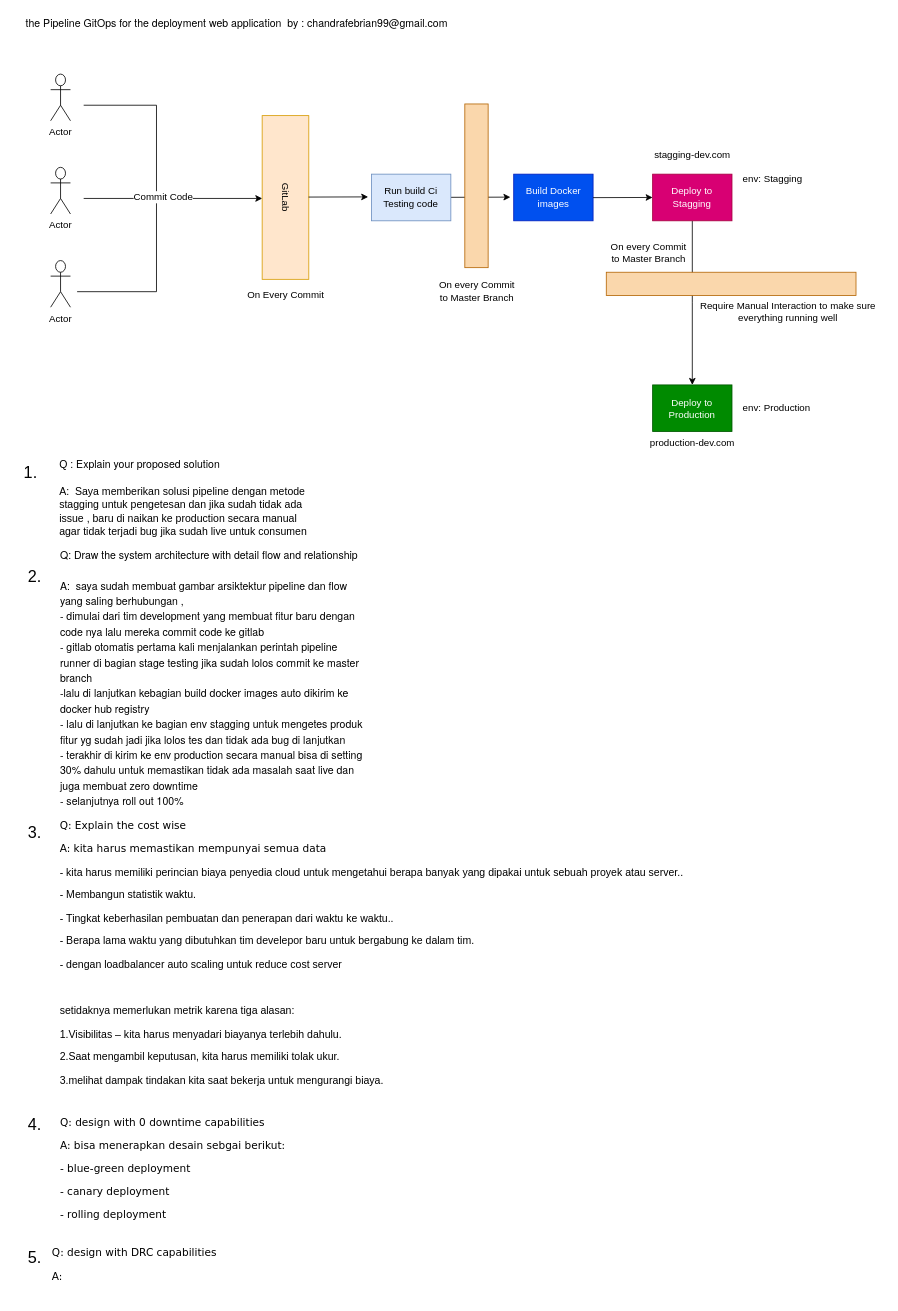
This is pipeline-gitops.drawio from chandrafebrian/Architectural-Design-Test-chandra-febrian-efishery, a draw.io file, before an edit. Source tidied: cells renumbered, new cells numbered last; positions are measured from the earlier drawing's top-left corner, leaving out a move shared by most shapes. Both pictures are drawn from the tidied source at 81%, with x=0, y=0 at pixel (14, 17).
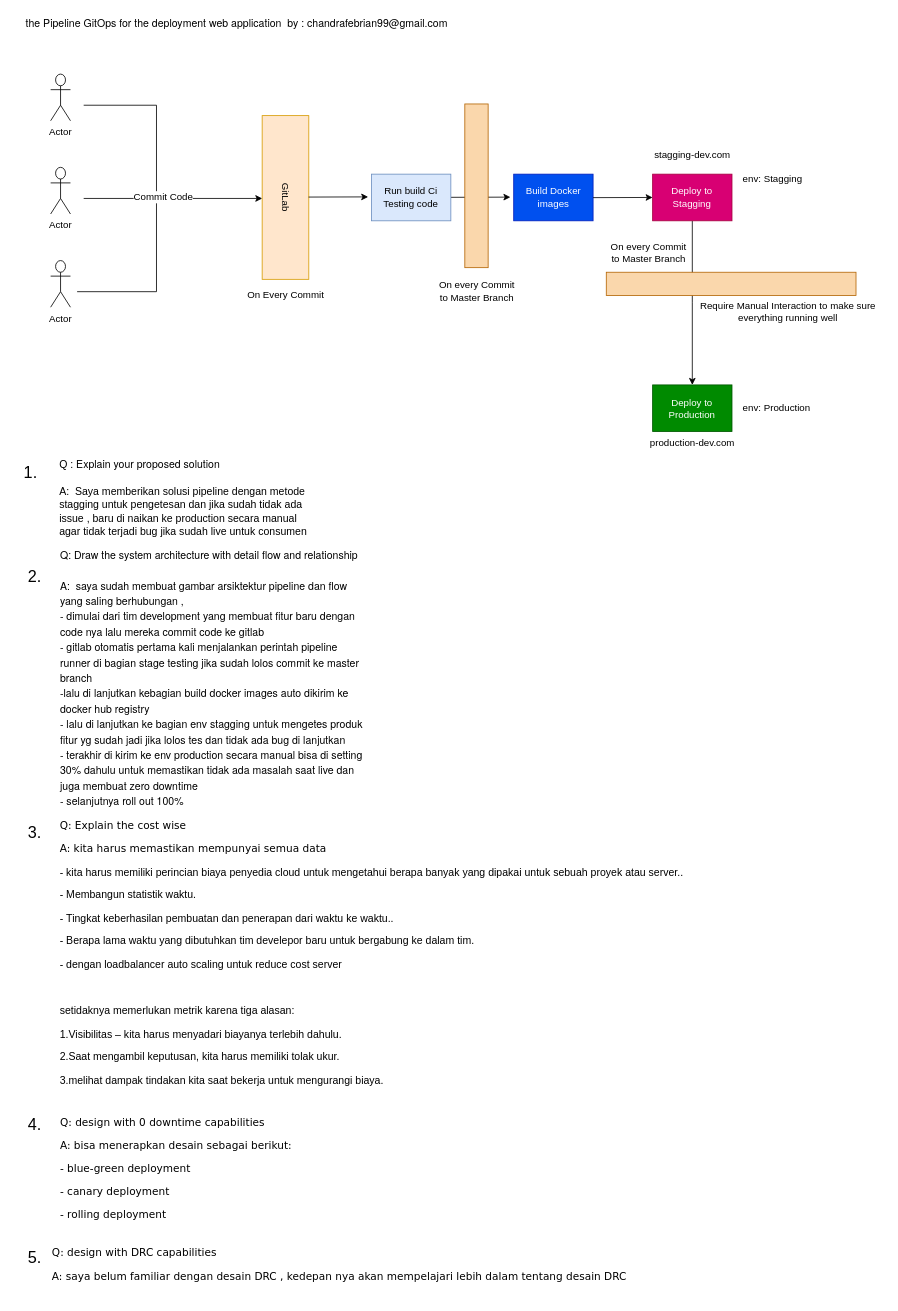
After the change.

Diff of the diagram source:
```diff
@@
-    <mxCell id="2" value="&lt;div style=&quot;font-size: 13px;&quot; title=&quot;Page 2&quot; class=&quot;page&quot;&gt;&lt;div style=&quot;background-color: rgb(255, 255, 255); font-size: 13px;&quot; class=&quot;section&quot;&gt;&lt;div class=&quot;layoutArea&quot; style=&quot;font-size: 13px;&quot;&gt;&lt;div class=&quot;column&quot; style=&quot;font-size: 13px;&quot;&gt;&lt;ol style=&quot;list-style-type: none; font-size: 13px;&quot; start=&quot;0&quot;&gt;&lt;li style=&quot;font-size: 13px;&quot;&gt;&lt;p style=&quot;font-size: 13px;&quot;&gt;&lt;font face=&quot;Verdana&quot; style=&quot;font-size: 13px;&quot;&gt;Q:&amp;nbsp;&lt;/font&gt;&lt;span style=&quot;font-family: Verdana; font-size: 13px;&quot;&gt;design with 0 downtime capabilities&lt;/span&gt;&lt;/p&gt;&lt;p style=&quot;font-size: 13px;&quot;&gt;&lt;span style=&quot;font-family: Verdana; font-size: 13px;&quot;&gt;A: bisa menerapkan desain sebgai berikut:&amp;nbsp;&lt;/span&gt;&lt;/p&gt;&lt;p style=&quot;font-size: 13px;&quot;&gt;&lt;span style=&quot;font-family: Verdana; font-size: 13px;&quot;&gt;- blue-green deployment&lt;/span&gt;&lt;/p&gt;&lt;p style=&quot;font-size: 13px;&quot;&gt;&lt;span style=&quot;font-family: Verdana; font-size: 13px;&quot;&gt;- canary deployment&lt;/span&gt;&lt;/p&gt;&lt;p style=&quot;font-size: 13px;&quot;&gt;&lt;span style=&quot;font-family: Verdana; font-size: 13px;&quot;&gt;- rolling deployment&lt;/span&gt;&lt;/p&gt;&lt;div style=&quot;font-size: 13px;&quot; title=&quot;Page 2&quot; class=&quot;page&quot;&gt;&lt;div class=&quot;section&quot; style=&quot;font-size: 13px;&quot;&gt;&lt;div class=&quot;layoutArea&quot; style=&quot;font-size: 13px;&quot;&gt;&lt;div class=&quot;column&quot; style=&quot;font-size: 13px;&quot;&gt;&lt;ol style=&quot;list-style-type: none; font-size: 13px;&quot; start=&quot;0&quot;&gt;&lt;li style=&quot;font-size: 13px;&quot;&gt;&lt;p style=&quot;font-size: 13px;&quot;&gt;&lt;/p&gt;&lt;/li&gt;&lt;/ol&gt;&lt;/div&gt;&lt;/div&gt;&lt;/div&gt;&lt;/div&gt;&lt;/li&gt;&lt;/ol&gt;&lt;/div&gt;&lt;/div&gt;&lt;/div&gt;&lt;/div&gt;" style="text;html=1;align=left;verticalAlign=middle;strokeColor=none;fillColor=none;fontSize=13;" parent="1" vertex="1">
-      <mxGeometry x="15" y="1336" width="350" height="170" as="geometry" />
+    <mxCell id="2" value="&lt;div style=&quot;font-size: 13px;&quot; title=&quot;Page 2&quot; class=&quot;page&quot;&gt;&lt;div style=&quot;background-color: rgb(255, 255, 255); font-size: 13px;&quot; class=&quot;section&quot;&gt;&lt;div class=&quot;layoutArea&quot; style=&quot;font-size: 13px;&quot;&gt;&lt;div class=&quot;column&quot; style=&quot;font-size: 13px;&quot;&gt;&lt;ol style=&quot;list-style-type: none; font-size: 13px;&quot; start=&quot;0&quot;&gt;&lt;li style=&quot;font-size: 13px;&quot;&gt;&lt;p style=&quot;font-size: 13px;&quot;&gt;&lt;font face=&quot;Verdana&quot; style=&quot;font-size: 13px;&quot;&gt;Q:&amp;nbsp;&lt;/font&gt;&lt;span style=&quot;font-family: Verdana; font-size: 13px;&quot;&gt;design with 0 downtime capabilities&lt;/span&gt;&lt;/p&gt;&lt;p style=&quot;font-size: 13px;&quot;&gt;&lt;span style=&quot;font-family: Verdana; font-size: 13px;&quot;&gt;A: bisa menerapkan desain sebagai berikut:&amp;nbsp;&lt;/span&gt;&lt;/p&gt;&lt;p style=&quot;font-size: 13px;&quot;&gt;&lt;span style=&quot;font-family: Verdana; font-size: 13px;&quot;&gt;- blue-green deployment&lt;/span&gt;&lt;/p&gt;&lt;p style=&quot;font-size: 13px;&quot;&gt;&lt;span style=&quot;font-family: Verdana; font-size: 13px;&quot;&gt;- canary deployment&lt;/span&gt;&lt;/p&gt;&lt;p style=&quot;font-size: 13px;&quot;&gt;&lt;span style=&quot;font-family: Verdana; font-size: 13px;&quot;&gt;- rolling deployment&lt;/span&gt;&lt;/p&gt;&lt;div style=&quot;font-size: 13px;&quot; title=&quot;Page 2&quot; class=&quot;page&quot;&gt;&lt;div class=&quot;section&quot; style=&quot;font-size: 13px;&quot;&gt;&lt;div class=&quot;layoutArea&quot; style=&quot;font-size: 13px;&quot;&gt;&lt;div class=&quot;column&quot; style=&quot;font-size: 13px;&quot;&gt;&lt;ol style=&quot;list-style-type: none; font-size: 13px;&quot; start=&quot;0&quot;&gt;&lt;li style=&quot;font-size: 13px;&quot;&gt;&lt;p style=&quot;font-size: 13px;&quot;&gt;&lt;/p&gt;&lt;/li&gt;&lt;/ol&gt;&lt;/div&gt;&lt;/div&gt;&lt;/div&gt;&lt;/div&gt;&lt;/li&gt;&lt;/ol&gt;&lt;/div&gt;&lt;/div&gt;&lt;/div&gt;&lt;/div&gt;" style="text;html=1;align=left;verticalAlign=middle;strokeColor=none;fillColor=none;fontSize=13;" parent="1" vertex="1">
+      <mxGeometry x="15" y="1336" width="360" height="170" as="geometry" />
     </mxCell>
@@
-    <mxCell id="40" value="&lt;div style=&quot;font-size: 13px;&quot; title=&quot;Page 2&quot; class=&quot;page&quot;&gt;&lt;div style=&quot;background-color: rgb(255, 255, 255); font-size: 13px;&quot; class=&quot;section&quot;&gt;&lt;div class=&quot;layoutArea&quot; style=&quot;font-size: 13px;&quot;&gt;&lt;div class=&quot;column&quot; style=&quot;font-size: 13px;&quot;&gt;&lt;ol style=&quot;list-style-type: none; font-size: 13px;&quot; start=&quot;0&quot;&gt;&lt;li style=&quot;font-size: 13px;&quot;&gt;&lt;p style=&quot;font-size: 13px;&quot;&gt;&lt;font face=&quot;Verdana&quot; style=&quot;font-size: 13px;&quot;&gt;Q:&amp;nbsp;&lt;/font&gt;&lt;span style=&quot;font-family: Verdana; font-size: 13px;&quot;&gt;design with DRC capabilities&lt;/span&gt;&lt;/p&gt;&lt;p style=&quot;font-size: 13px;&quot;&gt;&lt;span style=&quot;font-family: Verdana; font-size: 13px;&quot;&gt;A:&amp;nbsp;&lt;/span&gt;&lt;/p&gt;&lt;div style=&quot;font-size: 13px;&quot; title=&quot;Page 2&quot; class=&quot;page&quot;&gt;&lt;div class=&quot;section&quot; style=&quot;font-size: 13px;&quot;&gt;&lt;div class=&quot;layoutArea&quot; style=&quot;font-size: 13px;&quot;&gt;&lt;div class=&quot;column&quot; style=&quot;font-size: 13px;&quot;&gt;&lt;ol style=&quot;list-style-type: none; font-size: 13px;&quot; start=&quot;0&quot;&gt;&lt;li style=&quot;font-size: 13px;&quot;&gt;&lt;p style=&quot;font-size: 13px;&quot;&gt;&lt;/p&gt;&lt;/li&gt;&lt;/ol&gt;&lt;/div&gt;&lt;/div&gt;&lt;/div&gt;&lt;/div&gt;&lt;/li&gt;&lt;/ol&gt;&lt;/div&gt;&lt;/div&gt;&lt;/div&gt;&lt;/div&gt;" style="text;html=1;align=left;verticalAlign=middle;strokeColor=none;fillColor=none;fontSize=13;" parent="1" vertex="1">
-      <mxGeometry x="5" y="1500" width="270" height="80" as="geometry" />
+    <mxCell id="40" value="&lt;div style=&quot;font-size: 13px;&quot; title=&quot;Page 2&quot; class=&quot;page&quot;&gt;&lt;div style=&quot;background-color: rgb(255, 255, 255); font-size: 13px;&quot; class=&quot;section&quot;&gt;&lt;div class=&quot;layoutArea&quot; style=&quot;font-size: 13px;&quot;&gt;&lt;div class=&quot;column&quot; style=&quot;font-size: 13px;&quot;&gt;&lt;ol style=&quot;list-style-type: none; font-size: 13px;&quot; start=&quot;0&quot;&gt;&lt;li style=&quot;font-size: 13px;&quot;&gt;&lt;p style=&quot;font-size: 13px;&quot;&gt;&lt;font face=&quot;Verdana&quot; style=&quot;font-size: 13px;&quot;&gt;Q:&amp;nbsp;&lt;/font&gt;&lt;span style=&quot;font-family: Verdana; font-size: 13px;&quot;&gt;design with DRC capabilities&lt;/span&gt;&lt;/p&gt;&lt;p style=&quot;font-size: 13px;&quot;&gt;&lt;span style=&quot;font-family: Verdana; font-size: 13px;&quot;&gt;A: saya belum familiar dengan desain DRC , kedepan nya akan mempelajari lebih dalam tentang desain DRC&amp;nbsp;&lt;/span&gt;&lt;/p&gt;&lt;div style=&quot;font-size: 13px;&quot; title=&quot;Page 2&quot; class=&quot;page&quot;&gt;&lt;div class=&quot;section&quot; style=&quot;font-size: 13px;&quot;&gt;&lt;div class=&quot;layoutArea&quot; style=&quot;font-size: 13px;&quot;&gt;&lt;div class=&quot;column&quot; style=&quot;font-size: 13px;&quot;&gt;&lt;ol style=&quot;list-style-type: none; font-size: 13px;&quot; start=&quot;0&quot;&gt;&lt;li style=&quot;font-size: 13px;&quot;&gt;&lt;p style=&quot;font-size: 13px;&quot;&gt;&lt;/p&gt;&lt;/li&gt;&lt;/ol&gt;&lt;/div&gt;&lt;/div&gt;&lt;/div&gt;&lt;/div&gt;&lt;/li&gt;&lt;/ol&gt;&lt;/div&gt;&lt;/div&gt;&lt;/div&gt;&lt;/div&gt;" style="text;html=1;align=left;verticalAlign=middle;strokeColor=none;fillColor=none;fontSize=13;" parent="1" vertex="1">
+      <mxGeometry x="5" y="1500" width="780" height="80" as="geometry" />
     </mxCell>
```
